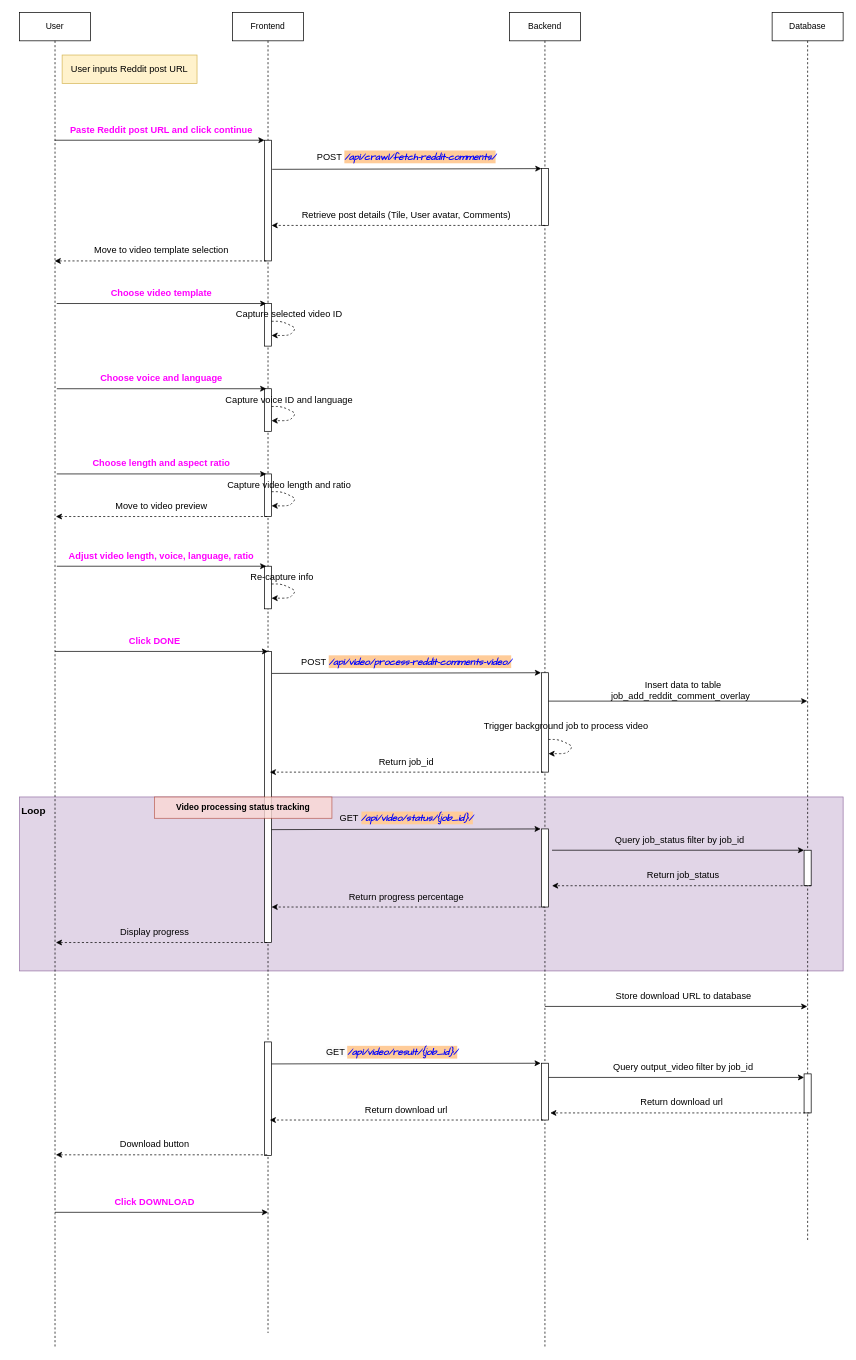
skynet-xy/post2video-processor keeps this draw.io diagram as post2video_sequence.drawio. Above is the earlier version. Source tidied: cells renumbered, new cells numbered last; positions are measured from the earlier drawing's top-left corner, leaving out a move shared by most shapes. Both pictures are drawn from the tidied source at 71%, with x=0, y=0 at pixel (12, 12).
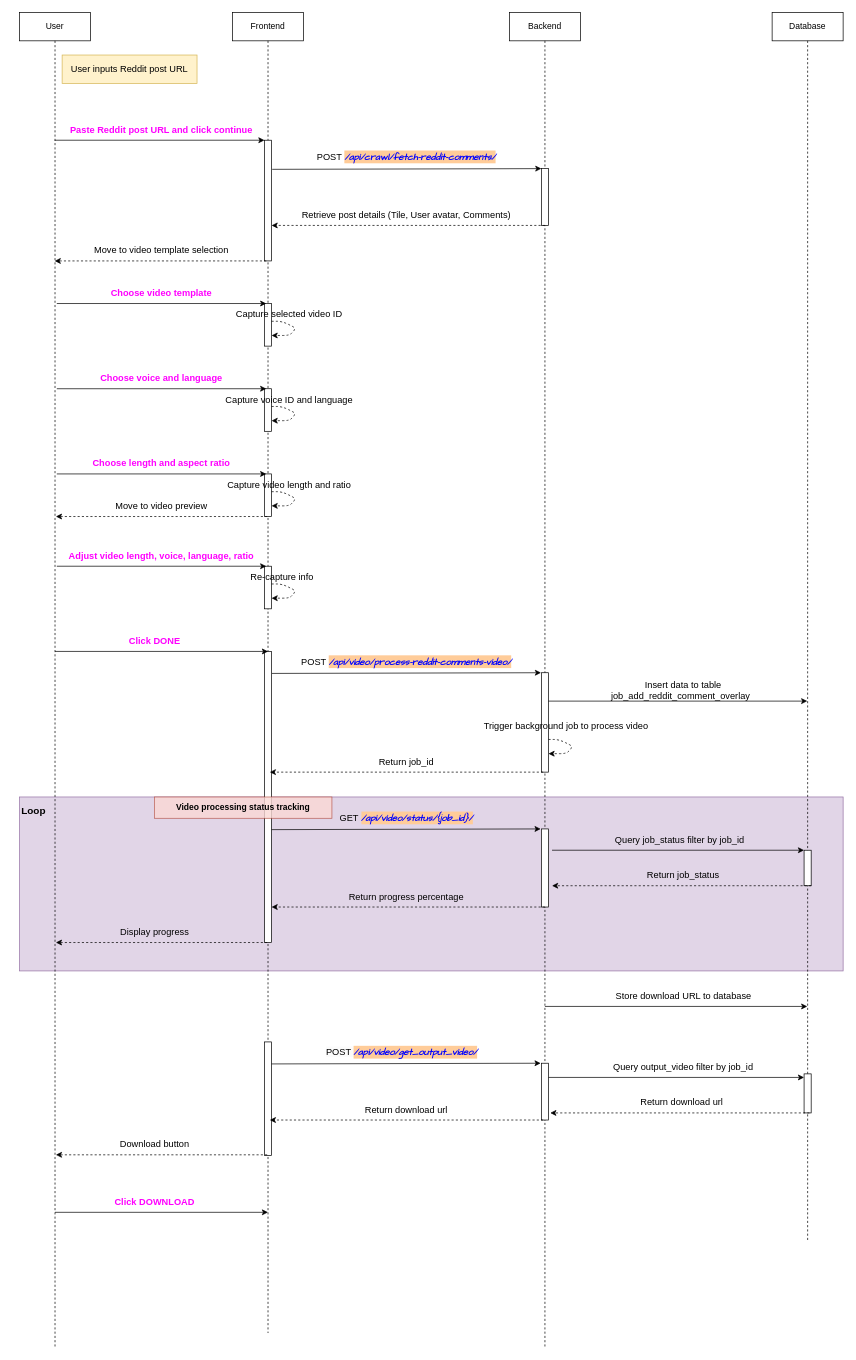
Above is the later version.

Commit message (it also covers changes not shown here):
Update video response message to include direct link to output video

Change to the diagram source:
```diff
@@
-    <mxCell id="73" value="&lt;font style=&quot;forced-color-adjust: none; color: rgb(0, 0, 0); font-family: Helvetica; font-style: normal; font-variant-ligatures: normal; font-variant-caps: normal; font-weight: 400; letter-spacing: normal; orphans: 2; text-align: center; text-indent: 0px; text-transform: none; widows: 2; word-spacing: 0px; -webkit-text-stroke-width: 0px; white-space: normal; background-color: rgb(251, 251, 251); text-decoration-thickness: initial; text-decoration-style: initial; text-decoration-color: initial; font-size: 13px;&quot;&gt;GET&lt;b style=&quot;forced-color-adjust: none;&quot;&gt;&amp;nbsp;&lt;/b&gt;&lt;/font&gt;&lt;span style=&quot;forced-color-adjust: none; font-variant-ligatures: normal; font-variant-caps: normal; letter-spacing: normal; orphans: 2; text-align: center; text-indent: 0px; text-transform: none; widows: 2; word-spacing: 0px; -webkit-text-stroke-width: 0px; white-space: normal; text-decoration-thickness: initial; text-decoration-style: initial; text-decoration-color: initial; color: rgb(0, 0, 255); font-family: &amp;quot;Comic Sans MS&amp;quot;; font-size: 13px; font-style: italic; font-weight: 700; background-color: rgb(255, 204, 153);&quot;&gt;/api/video/result/{job_id}/&lt;/span&gt;" style="text;whiteSpace=wrap;html=1;" parent="1" vertex="1">
+    <mxCell id="73" value="&lt;span style=&quot;forced-color-adjust: none; font-variant-ligatures: normal; font-variant-caps: normal; letter-spacing: normal; orphans: 2; text-align: center; text-indent: 0px; text-transform: none; widows: 2; word-spacing: 0px; -webkit-text-stroke-width: 0px; white-space: normal; text-decoration-thickness: initial; text-decoration-style: initial; text-decoration-color: initial; font-size: 13px; background-color: rgb(251, 251, 251);&quot;&gt;POST&amp;nbsp;&lt;/span&gt;&lt;span style=&quot;forced-color-adjust: none; font-variant-ligatures: normal; font-variant-caps: normal; letter-spacing: normal; orphans: 2; text-align: center; text-indent: 0px; text-transform: none; widows: 2; word-spacing: 0px; -webkit-text-stroke-width: 0px; white-space: normal; text-decoration-thickness: initial; text-decoration-style: initial; text-decoration-color: initial; color: rgb(0, 0, 255); font-family: &amp;quot;Comic Sans MS&amp;quot;; font-size: 13px; font-style: italic; font-weight: 700; background-color: rgb(255, 204, 153);&quot;&gt;/api/video/get_output_video/&lt;/span&gt;" style="text;whiteSpace=wrap;html=1;" parent="1" vertex="1">
       <mxGeometry x="440" y="1450" width="230" height="40" as="geometry" />
     </mxCell>
```
